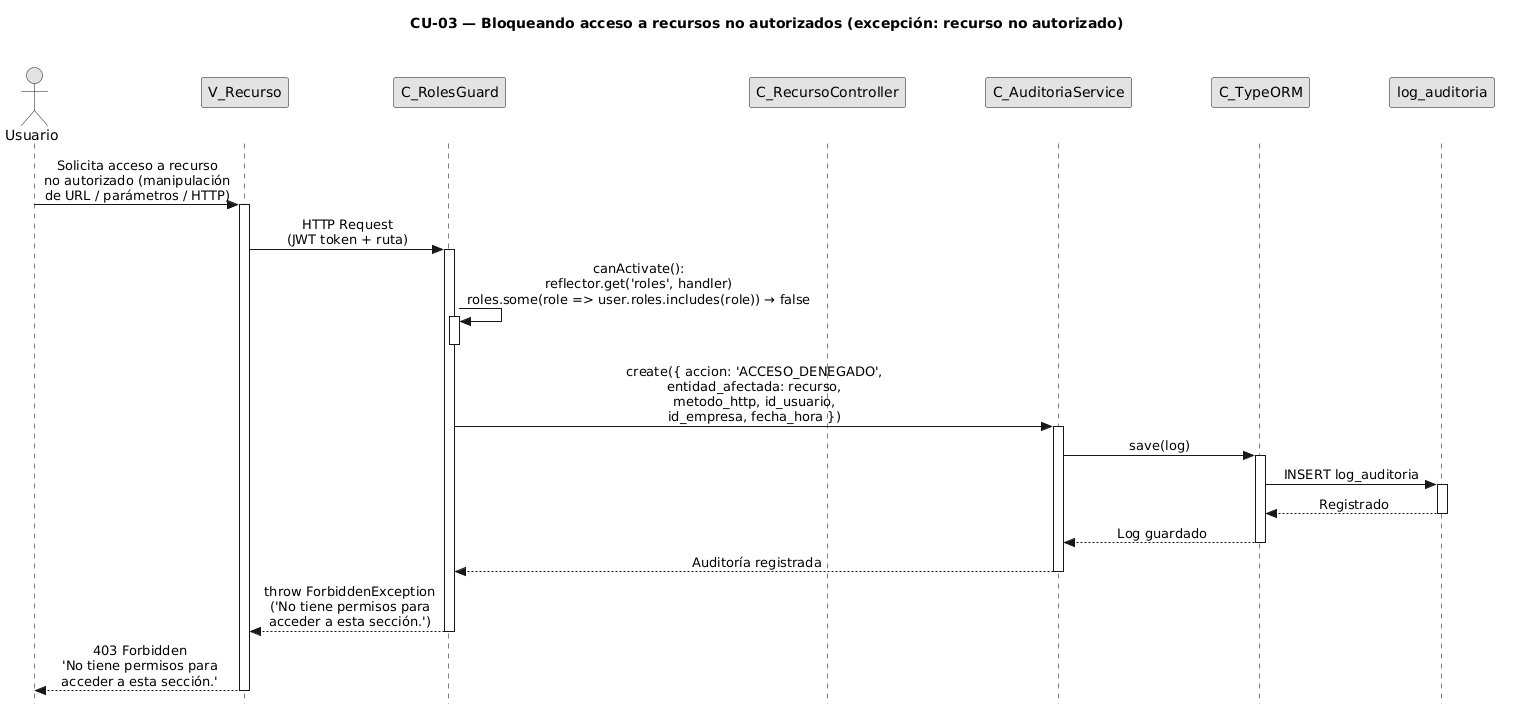
Earlier version of the PlantUML export diagramas/diagramas-secuencia/CU03/CU03-exc-recurso-no-autorizado.png (FSM-Finet-y-Cable-Magico/Team_1-Inventario-y-Bodega).
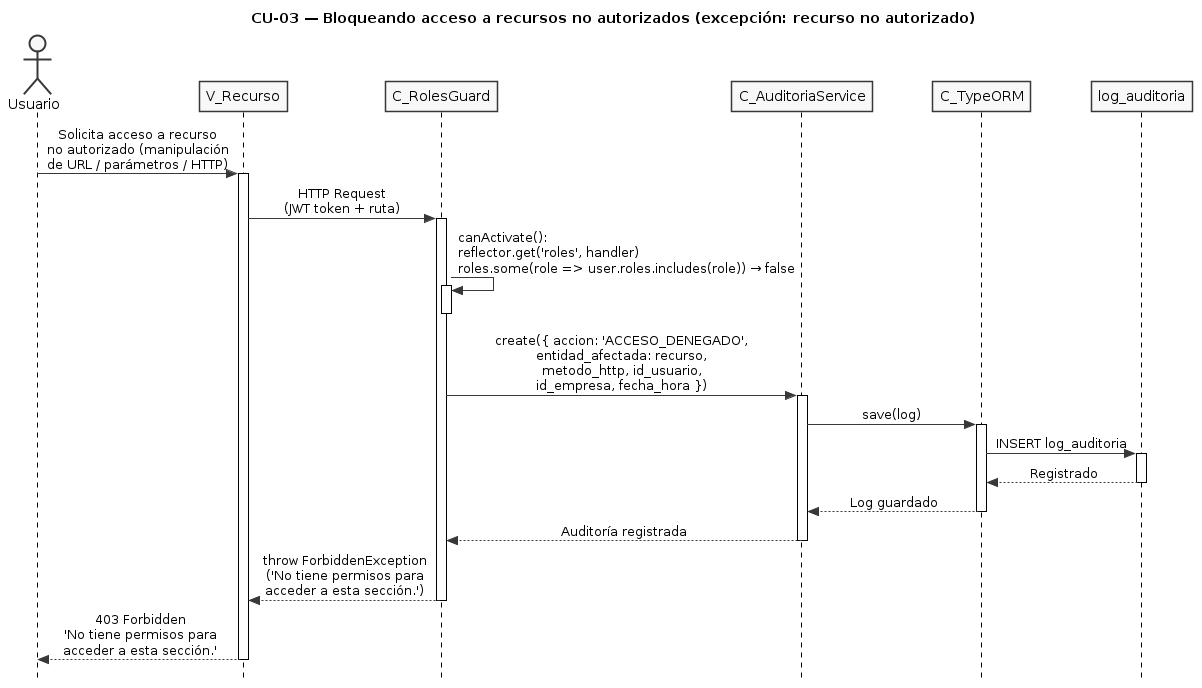
Later version of the same file.

Change to the diagram source:
```diff
@@ -5,16 +5,8 @@
 skinparam monochrome true
 skinparam shadowing false
 skinparam sequenceMessageAlign center
-<style>
-sequenceDiagram {
-  participant {
-    Margin 35
-  }
-  actor {
-    Margin 15
-  }
-}
-</style>
+skinparam ParticipantPadding 25
+skinparam ActorPadding 20
 skinparam sequence {
   MessageAlign center
   LifeLineBorderColor black
@@ -24,7 +16,6 @@
 actor "Usuario" as user
 participant "V_Recurso" as view
 participant "C_RolesGuard" as guard
-participant "C_RecursoController" as ctrl
 participant "C_AuditoriaService" as aud
 participant "C_TypeORM" as orm
 participant "log_auditoria" as aent
```
